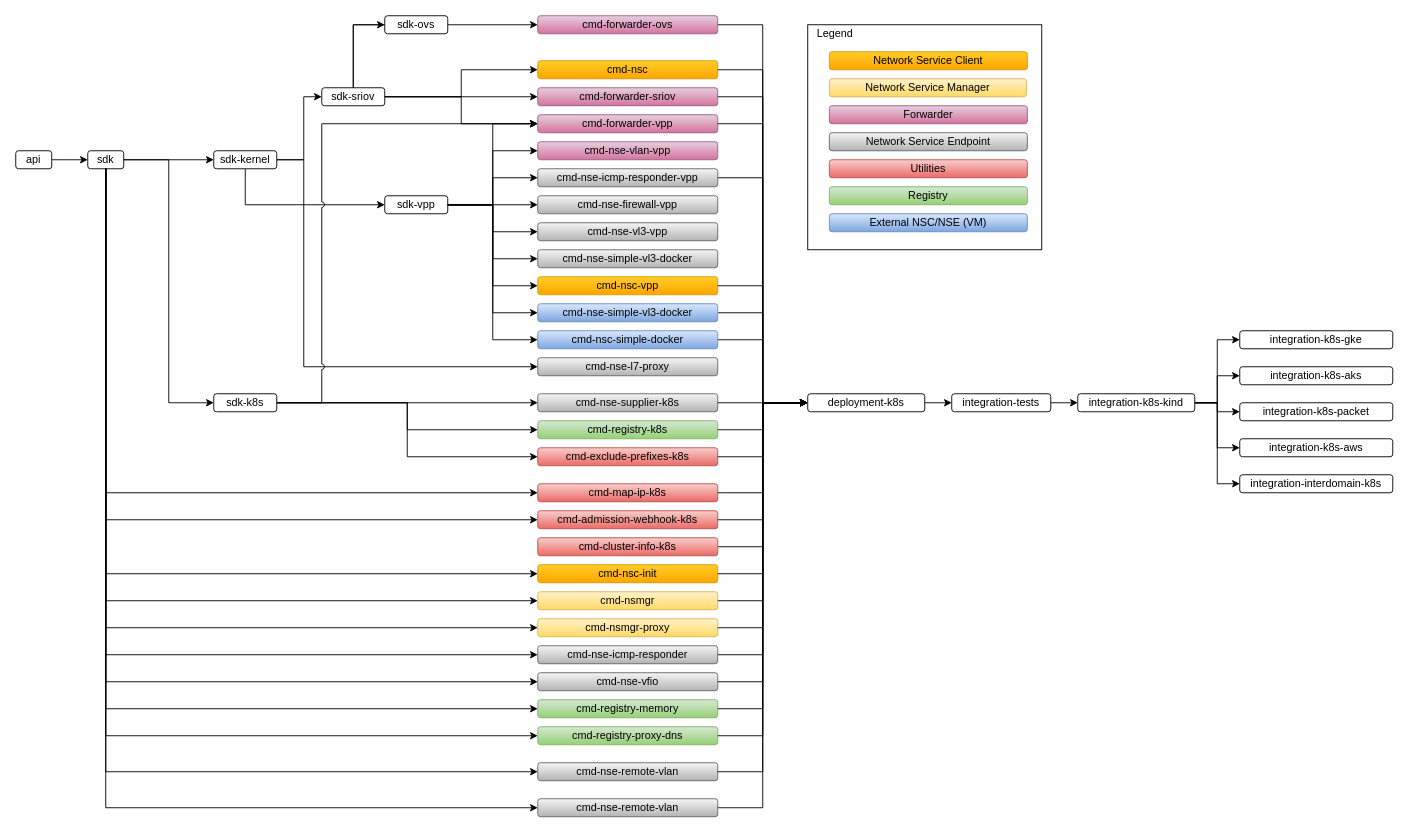
This is static/img/multi-repo.drawio from networkservicemesh/site, a draw.io file, before an edit. Source tidied: cells renumbered, new cells numbered last; positions are measured from the earlier drawing's top-left corner, leaving out a move shared by most shapes. Both pictures are drawn from the tidied source at 90%, with x=0, y=0 at pixel (15, 15).
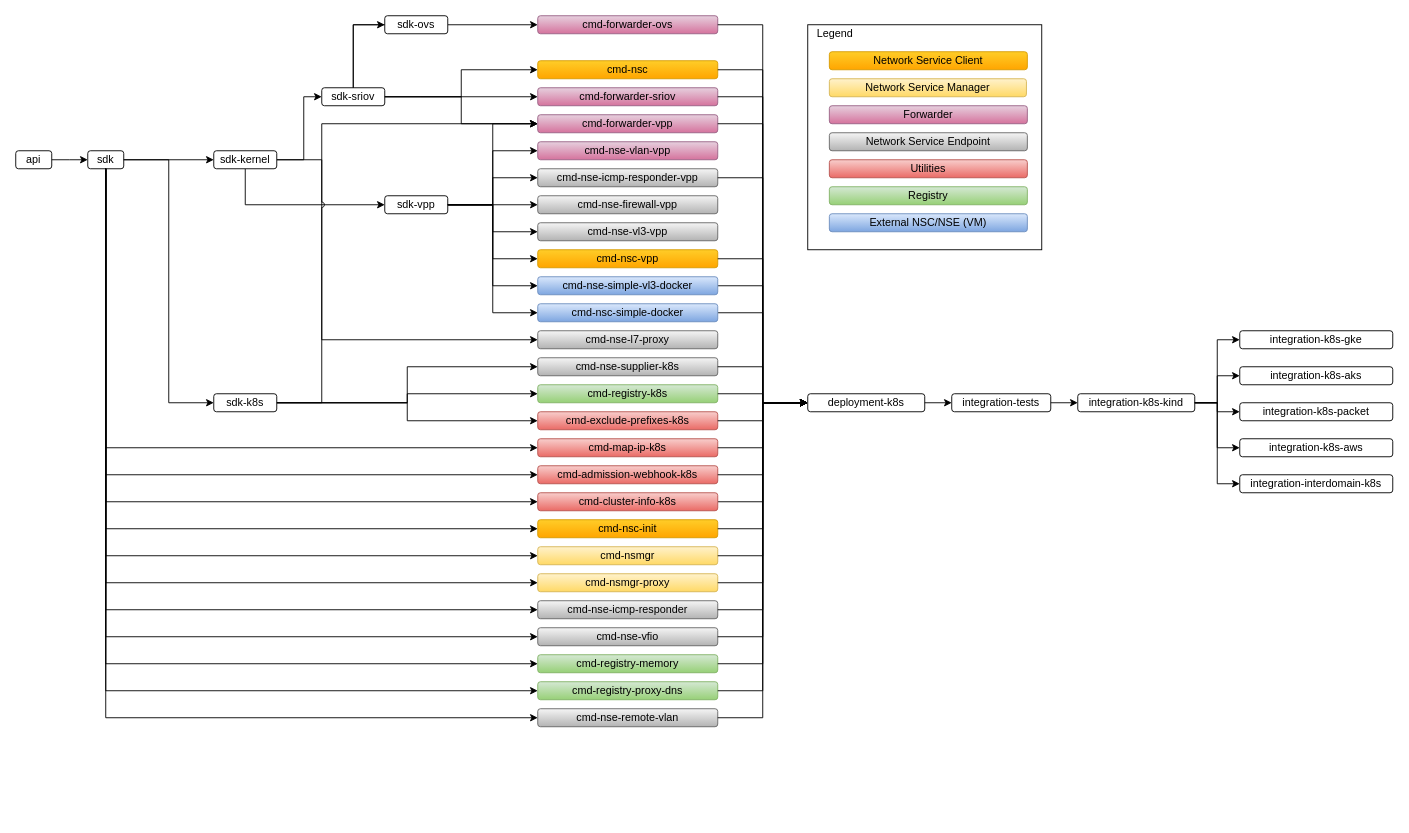
Above is the later version.

The change refers to these unchanged cells:
```xml
<mxCell id="5" value="sdk" style="rounded=1;whiteSpace=wrap;html=1;" parent="1" vertex="1">
  <mxGeometry x="80" y="150" width="40" height="20" as="geometry" />
</mxCell>
<mxCell id="9" value="sdk-vpp" style="rounded=1;whiteSpace=wrap;html=1;" parent="1" vertex="1">
  <mxGeometry x="410" y="200" width="70" height="20" as="geometry" />
</mxCell>
<mxCell id="14" value="sdk-kernel" style="rounded=1;whiteSpace=wrap;html=1;" parent="1" vertex="1">
  <mxGeometry x="220" y="150" width="70" height="20" as="geometry" />
</mxCell>
<mxCell id="18" value="sdk-k8s" style="rounded=1;whiteSpace=wrap;html=1;" parent="1" vertex="1">
  <mxGeometry x="220" y="420" width="70" height="20" as="geometry" />
</mxCell>
<mxCell id="60" value="deployment-k8s" style="rounded=1;whiteSpace=wrap;html=1;" parent="1" vertex="1">
  <mxGeometry x="880" y="420" width="130" height="20" as="geometry" />
</mxCell>
```

The edit, as a diff of the source:
```diff
@@
-    <mxCell id="4" style="edgeStyle=orthogonalEdgeStyle;rounded=0;jettySize=auto;html=1;entryX=0;entryY=0.5;entryDx=0;entryDy=0;" parent="1" edge="1" source="5" target="119">
-      <mxGeometry relative="1" as="geometry">
-        <Array as="points">
-          <mxPoint x="100" y="880" />
-        </Array>
-      </mxGeometry>
-    </mxCell>
+    <mxCell id="121" style="edgeStyle=orthogonalEdgeStyle;rounded=0;jettySize=auto;html=1;entryX=0;entryY=0.5;entryDx=0;entryDy=0;" parent="1" edge="1" source="5" target="113">
+      <mxGeometry relative="1" as="geometry">
+        <Array as="points">
+          <mxPoint x="100" y="540" />
+        </Array>
+      </mxGeometry>
+    </mxCell>
@@
     <mxCell id="13" style="edgeStyle=orthogonalEdgeStyle;rounded=0;jettySize=auto;html=1;entryX=0;entryY=0.5;entryDx=0;entryDy=0;" parent="1" edge="1" source="14" target="120">
       <mxGeometry relative="1" as="geometry">
         <Array as="points">
-          <mxPoint x="320" y="160" />
-          <mxPoint x="320" y="390" />
+          <mxPoint x="340" y="160" />
+          <mxPoint x="340" y="360" />
         </Array>
       </mxGeometry>
     </mxCell>
@@
-    <mxCell id="16" style="edgeStyle=orthogonalEdgeStyle;rounded=0;jettySize=auto;html=1;" parent="1" edge="1" source="18" target="34">
+    <mxCell id="16" style="edgeStyle=orthogonalEdgeStyle;rounded=0;jettySize=auto;html=1;entryX=0;entryY=0.5;entryDx=0;entryDy=0;" parent="1" edge="1" source="18" target="34">
       <mxGeometry relative="1" as="geometry" />
     </mxCell>
@@
     <mxCell id="20" value="cmd-nsmgr" style="rounded=1;whiteSpace=wrap;html=1;gradientColor=#ffd966;fillColor=#fff2cc;strokeColor=#d6b656;" parent="1" vertex="1">
-      <mxGeometry x="580" y="640" width="200" height="20" as="geometry" />
+      <mxGeometry x="580" y="590" width="200" height="20" as="geometry" />
     </mxCell>
@@
     <mxCell id="27" value="cmd-nsc-init" style="rounded=1;whiteSpace=wrap;html=1;gradientColor=#ffa500;fillColor=#ffcd28;strokeColor=#d79b00;" parent="1" vertex="1">
-      <mxGeometry x="580" y="610" width="200" height="20" as="geometry" />
+      <mxGeometry x="580" y="560" width="200" height="20" as="geometry" />
     </mxCell>
     <mxCell id="28" value="cmd-admission-webhook-k8s" style="rounded=1;whiteSpace=wrap;html=1;gradientColor=#ea6b66;fillColor=#f8cecc;strokeColor=#b85450;" parent="1" vertex="1">
-      <mxGeometry x="580" y="550" width="200" height="20" as="geometry" />
+      <mxGeometry x="580" y="500" width="200" height="20" as="geometry" />
     </mxCell>
@@
     <mxCell id="30" value="cmd-map-ip-k8s" style="rounded=1;whiteSpace=wrap;html=1;gradientColor=#ea6b66;fillColor=#f8cecc;strokeColor=#b85450;" parent="1" vertex="1">
-      <mxGeometry x="580" y="520" width="200" height="20" as="geometry" />
+      <mxGeometry x="580" y="470" width="200" height="20" as="geometry" />
     </mxCell>
@@
     <mxCell id="32" value="cmd-nsc-vpp" style="rounded=1;whiteSpace=wrap;html=1;gradientColor=#ffa500;fillColor=#ffcd28;strokeColor=#d79b00;" parent="1" vertex="1">
-      <mxGeometry x="580" y="290" width="200" height="20" as="geometry" />
+      <mxGeometry x="580" y="260" width="200" height="20" as="geometry" />
     </mxCell>
     <mxCell id="33" value="cmd-registry-k8s" style="rounded=1;whiteSpace=wrap;html=1;gradientColor=#97d077;fillColor=#d5e8d4;strokeColor=#82b366;" parent="1" vertex="1">
-      <mxGeometry x="580" y="450" width="200" height="20" as="geometry" />
+      <mxGeometry x="580" y="410" width="200" height="20" as="geometry" />
     </mxCell>
     <mxCell id="34" value="cmd-nse-supplier-k8s" style="rounded=1;whiteSpace=wrap;html=1;gradientColor=#b3b3b3;fillColor=#f5f5f5;strokeColor=#666666;" parent="1" vertex="1">
-      <mxGeometry x="580" y="420" width="200" height="20" as="geometry" />
+      <mxGeometry x="580" y="380" width="200" height="20" as="geometry" />
     </mxCell>
     <mxCell id="35" value="cmd-registry-memory" style="rounded=1;whiteSpace=wrap;html=1;gradientColor=#97d077;fillColor=#d5e8d4;strokeColor=#82b366;" parent="1" vertex="1">
-      <mxGeometry x="580" y="760" width="200" height="20" as="geometry" />
+      <mxGeometry x="580" y="710" width="200" height="20" as="geometry" />
     </mxCell>
     <mxCell id="36" value="cmd-registry-proxy-dns" style="rounded=1;whiteSpace=wrap;html=1;gradientColor=#97d077;fillColor=#d5e8d4;strokeColor=#82b366;" parent="1" vertex="1">
-      <mxGeometry x="580" y="790" width="200" height="20" as="geometry" />
+      <mxGeometry x="580" y="740" width="200" height="20" as="geometry" />
     </mxCell>
     <mxCell id="37" value="cmd-nse-vfio" style="rounded=1;whiteSpace=wrap;html=1;gradientColor=#b3b3b3;fillColor=#f5f5f5;strokeColor=#666666;" parent="1" vertex="1">
-      <mxGeometry x="580" y="730" width="200" height="20" as="geometry" />
+      <mxGeometry x="580" y="680" width="200" height="20" as="geometry" />
     </mxCell>
     <mxCell id="38" value="cmd-nse-icmp-responder" style="rounded=1;whiteSpace=wrap;html=1;gradientColor=#b3b3b3;fillColor=#f5f5f5;strokeColor=#666666;" parent="1" vertex="1">
-      <mxGeometry x="580" y="700" width="200" height="20" as="geometry" />
+      <mxGeometry x="580" y="650" width="200" height="20" as="geometry" />
     </mxCell>
     <mxCell id="39" value="cmd-exclude-prefixes-k8s" style="rounded=1;whiteSpace=wrap;html=1;gradientColor=#ea6b66;fillColor=#f8cecc;strokeColor=#b85450;" parent="1" vertex="1">
-      <mxGeometry x="580" y="480" width="200" height="20" as="geometry" />
+      <mxGeometry x="580" y="440" width="200" height="20" as="geometry" />
     </mxCell>
     <mxCell id="40" value="cmd-nsmgr-proxy" style="rounded=1;whiteSpace=wrap;html=1;gradientColor=#ffd966;fillColor=#fff2cc;strokeColor=#d6b656;" parent="1" vertex="1">
-      <mxGeometry x="580" y="670" width="200" height="20" as="geometry" />
+      <mxGeometry x="580" y="620" width="200" height="20" as="geometry" />
     </mxCell>
@@
     <mxCell id="105" value="cmd-nse-remote-vlan" style="rounded=1;whiteSpace=wrap;html=1;gradientColor=#b3b3b3;fillColor=#f5f5f5;strokeColor=#666666;" parent="1" vertex="1">
-      <mxGeometry x="580" y="830" width="200" height="20" as="geometry" />
+      <mxGeometry x="580" y="770" width="200" height="20" as="geometry" />
     </mxCell>
@@
-    <mxCell id="108" value="cmd-nse-simple-vl3-docker" style="rounded=1;whiteSpace=wrap;html=1;gradientColor=#b3b3b3;fillColor=#f5f5f5;strokeColor=#666666;" parent="1" vertex="1">
-      <mxGeometry x="580" y="260" width="200" height="20" as="geometry" />
-    </mxCell>
-    <mxCell id="109" style="edgeStyle=orthogonalEdgeStyle;rounded=0;jettySize=auto;html=1;entryX=0;entryY=0.5;entryDx=0;entryDy=0;exitX=1;exitY=0.5;exitDx=0;exitDy=0;" parent="1" edge="1" source="9" target="108">
-      <mxGeometry relative="1" as="geometry" />
-    </mxCell>
@@
     <mxCell id="113" value="cmd-cluster-info-k8s" style="rounded=1;whiteSpace=wrap;html=1;gradientColor=#ea6b66;fillColor=#f8cecc;strokeColor=#b85450;" parent="1" vertex="1">
-      <mxGeometry x="580" y="580" width="200" height="20" as="geometry" />
+      <mxGeometry x="580" y="530" width="200" height="20" as="geometry" />
     </mxCell>
@@
     <mxCell id="115" value="cmd-nse-simple-vl3-docker" style="rounded=1;whiteSpace=wrap;html=1;fillColor=#dae8fc;gradientColor=#7ea6e0;strokeColor=#6c8ebf;" parent="1" vertex="1">
-      <mxGeometry x="580" y="320" width="200" height="20" as="geometry" />
+      <mxGeometry x="580" y="290" width="200" height="20" as="geometry" />
     </mxCell>
@@
     <mxCell id="117" value="cmd-nsc-simple-docker" style="rounded=1;whiteSpace=wrap;html=1;fillColor=#dae8fc;gradientColor=#7ea6e0;strokeColor=#6c8ebf;" parent="1" vertex="1">
-      <mxGeometry x="580" y="350" width="200" height="20" as="geometry" />
+      <mxGeometry x="580" y="320" width="200" height="20" as="geometry" />
     </mxCell>
-    <mxCell id="118" style="edgeStyle=orthogonalEdgeStyle;rounded=0;jettySize=auto;html=1;entryX=0;entryY=0.5;entryDx=0;entryDy=0;" parent="1" edge="1" source="119" target="60">
-      <mxGeometry relative="1" as="geometry" />
-    </mxCell>
-    <mxCell id="119" value="cmd-nse-remote-vlan" style="rounded=1;whiteSpace=wrap;html=1;gradientColor=#b3b3b3;fillColor=#f5f5f5;strokeColor=#666666;" parent="1" vertex="1">
-      <mxGeometry x="580" y="870" width="200" height="20" as="geometry" />
-    </mxCell>
     <mxCell id="120" value="cmd-nse-l7-proxy" style="rounded=1;whiteSpace=wrap;html=1;gradientColor=#b3b3b3;fillColor=#f5f5f5;strokeColor=#666666;" parent="1" vertex="1">
-      <mxGeometry x="580" y="380" width="200" height="20" as="geometry" />
+      <mxGeometry x="580" y="350" width="200" height="20" as="geometry" />
     </mxCell>
```
